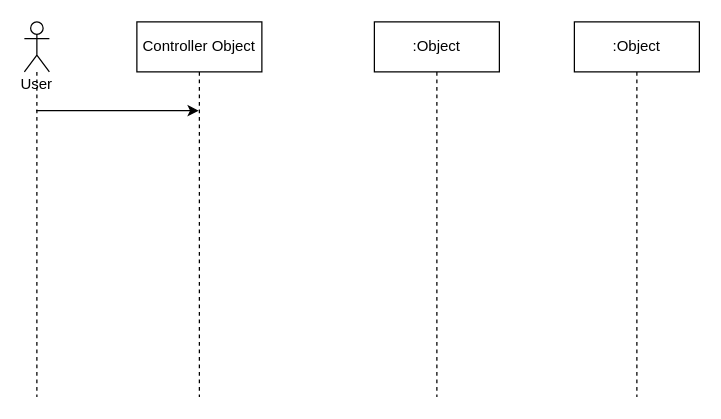
Before: Soongsil Campus Map Sequence Diagram.drawio in tlfzgjadyd/SoftwareEngineering, a draw.io diagram. Source tidied: cells renumbered, new cells numbered last; positions are measured from the earlier drawing's top-left corner, leaving out a move shared by most shapes. Both pictures are drawn from the tidied source at 125%, with x=0, y=0 at pixel (24, 21).
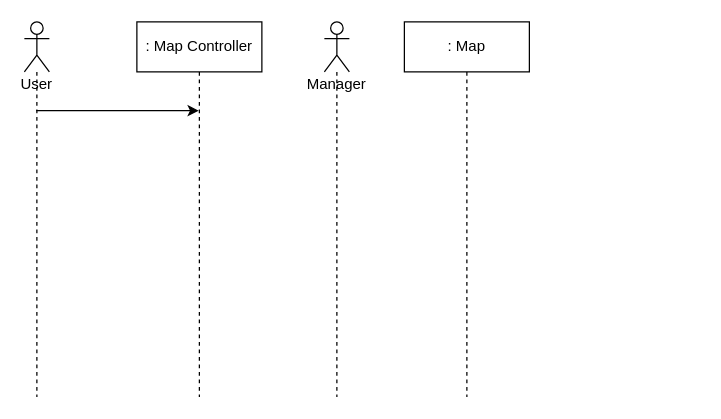
The same diagram, later.

What changed in the source:
```diff
@@
 <mxGraphModel>
   <root>
     <mxCell id="0" />
     <mxCell id="1" parent="0" />
-    <mxCell id="2" value="Controller Object" style="shape=umlLifeline;perimeter=lifelinePerimeter;whiteSpace=wrap;html=1;" parent="1" vertex="1">
+    <mxCell id="2" value=": Map Controller" style="shape=umlLifeline;perimeter=lifelinePerimeter;whiteSpace=wrap;html=1;" parent="1" vertex="1">
       <mxGeometry x="90" width="100" height="300" as="geometry" />
     </mxCell>
     <mxCell id="3" value="User" style="shape=umlLifeline;participant=umlActor;perimeter=lifelinePerimeter;whiteSpace=wrap;html=1;verticalAlign=top;spacingTop=36;" parent="1" vertex="1">
       <mxGeometry width="20" height="300" as="geometry" />
     </mxCell>
-    <mxCell id="4" value=":Object" style="shape=umlLifeline;perimeter=lifelinePerimeter;whiteSpace=wrap;html=1;" parent="1" vertex="1">
-      <mxGeometry x="280" width="100" height="300" as="geometry" />
+    <mxCell id="4" value=": Map" style="shape=umlLifeline;perimeter=lifelinePerimeter;whiteSpace=wrap;html=1;" parent="1" vertex="1">
+      <mxGeometry x="304" width="100" height="300" as="geometry" />
     </mxCell>
-    <mxCell id="5" value=":Object" style="shape=umlLifeline;perimeter=lifelinePerimeter;whiteSpace=wrap;html=1;" parent="1" vertex="1">
-      <mxGeometry x="440" width="100" height="300" as="geometry" />
-    </mxCell>
     <mxCell id="6" style="endArrow=classic;html=1;" parent="1" edge="1">
       <mxGeometry relative="1" as="geometry">
         <mxPoint x="9.5" y="71" as="sourcePoint" />
         <mxPoint x="139.5" y="71" as="targetPoint" />
       </mxGeometry>
     </mxCell>
+    <mxCell id="7" value="Manager" style="shape=umlLifeline;participant=umlActor;perimeter=lifelinePerimeter;whiteSpace=wrap;html=1;verticalAlign=top;spacingTop=36;" parent="1" vertex="1">
+      <mxGeometry x="240" width="20" height="300" as="geometry" />
+    </mxCell>
   </root>
 </mxGraphModel>
```
